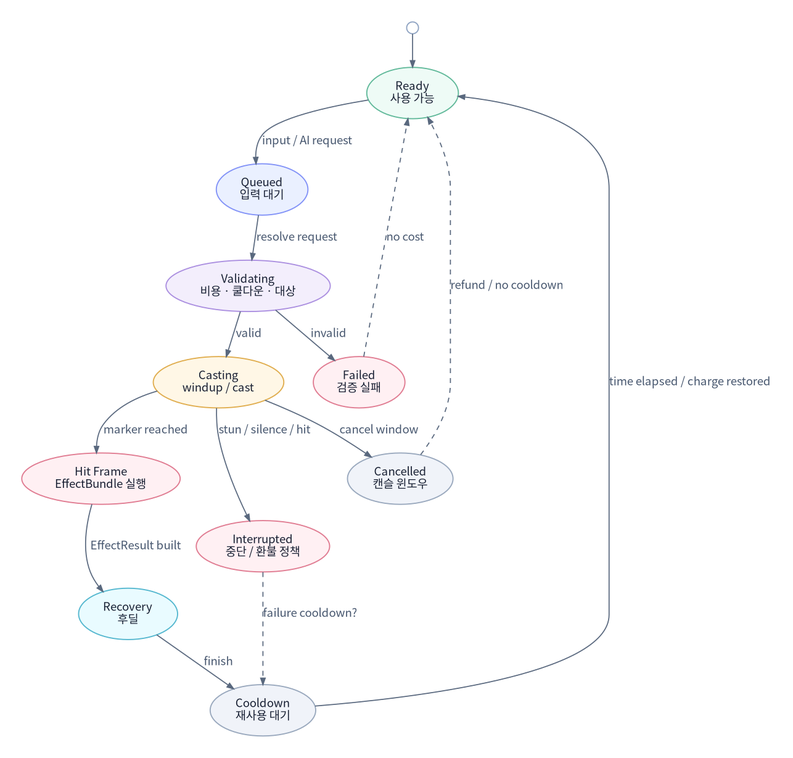
Above: assets/diagrams/18_skill_lifecycle_state_diagram.png in JY-LemongO/game-system-framework-knowledge-site (Graphviz), before the change. Its source is kept beside it as source/diagrams/18_skill_lifecycle_state_diagram.dot.
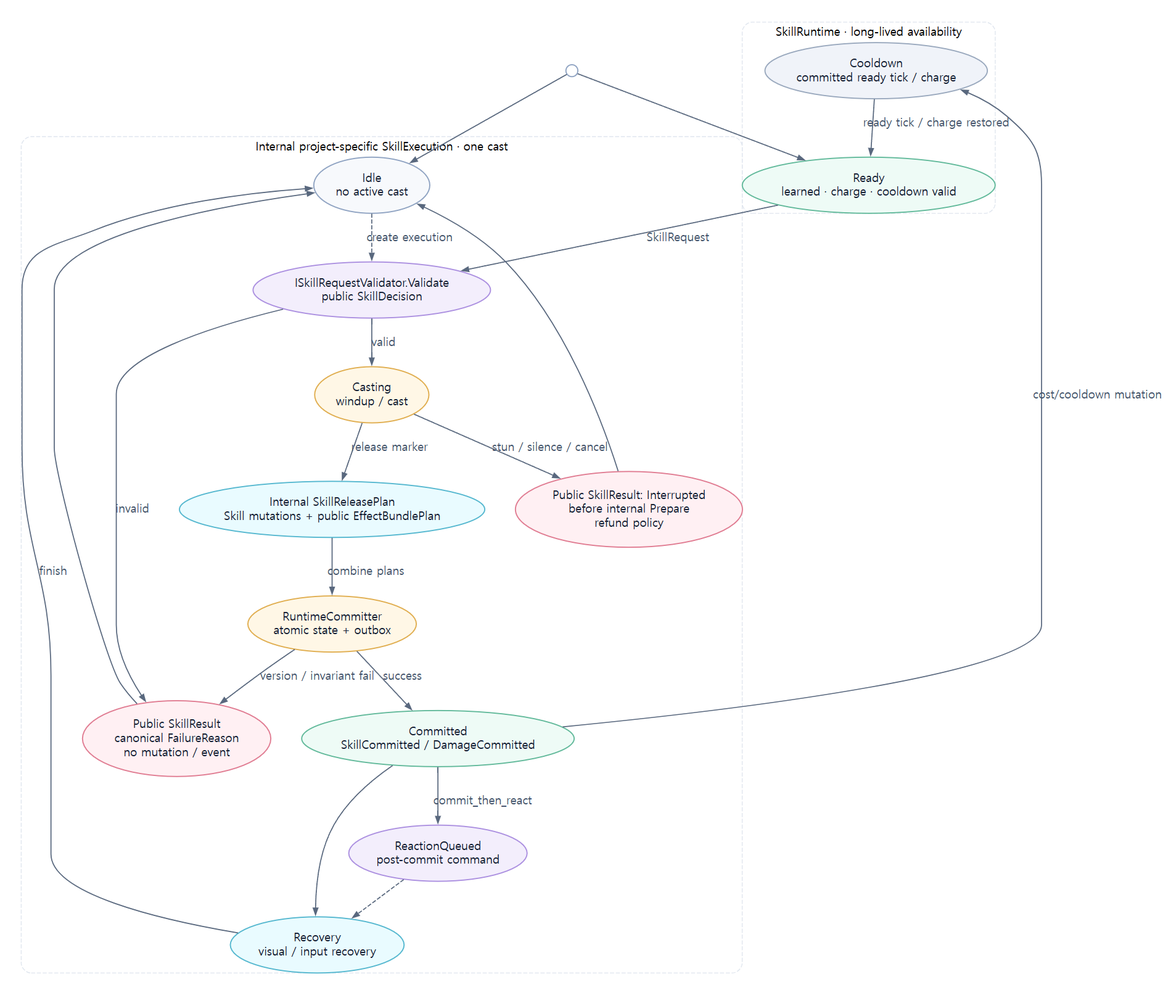
Above is the later version.

Change to the diagram source:
```diff
@@ -1,33 +1,46 @@
 digraph G {
-  graph [fontname="Noto Sans CJK KR", bgcolor="#ffffff", margin=0.12, pad=0.25, ranksep=0.55, nodesep=0.50];
+  graph [fontname="Noto Sans CJK KR", bgcolor="#ffffff", margin=0.12, pad=0.25, ranksep=0.58, nodesep=0.52];
   node [fontname="Noto Sans CJK KR", shape=ellipse, style="filled", color="#8fa3c2", penwidth=1.4, fillcolor="#ffffff", fontcolor="#182033", margin="0.16,0.10"];
   edge [fontname="Noto Sans CJK KR", color="#59687e", fontcolor="#46566e", arrowsize=0.8, penwidth=1.3];
   rankdir=TB;
 
   Start [shape=point, width=0.20, label=""];
-  Ready [fillcolor="#eefbf6", color="#61b99a", label="Ready\n사용 가능"];
-  Queued [fillcolor="#eaf0ff", color="#8292f7", label="Queued\n입력 대기"];
-  Validating [fillcolor="#f3eefc", color="#ab8fe0", label="Validating\n비용 · 쿨다운 · 대상"];
-  Casting [fillcolor="#fff7e6", color="#e0ad4e", label="Casting\nwindup / cast"];
-  HitFrame [fillcolor="#fff0f3", color="#e07b91", label="Hit Frame\nEffectBundle 실행"];
-  Recovery [fillcolor="#e9fbff", color="#54b7cf", label="Recovery\n후딜"];
-  Cooldown [fillcolor="#f0f3f9", color="#99a8bd", label="Cooldown\n재사용 대기"];
-  Failed [fillcolor="#fff0f3", color="#e07b91", label="Failed\n검증 실패"];
-  Interrupted [fillcolor="#fff0f3", color="#e07b91", label="Interrupted\n중단 / 환불 정책"];
-  Cancelled [fillcolor="#f0f3f9", color="#99a8bd", label="Cancelled\n캔슬 윈도우"];
+  subgraph cluster_availability {
+    label="SkillRuntime · long-lived availability"; color="#dfe5ee"; style="rounded,dashed";
+    Ready [fillcolor="#eefbf6", color="#61b99a", label="Ready\nlearned · charge · cooldown valid"];
+    Cooldown [fillcolor="#f0f3f9", color="#99a8bd", label="Cooldown\ncommitted ready tick / charge"];
+  }
+  subgraph cluster_execution {
+    label="Internal project-specific SkillExecution · one cast"; color="#dfe5ee"; style="rounded,dashed";
+    Idle [fillcolor="#f7f9fc", label="Idle\nno active cast"];
+    Validating [fillcolor="#f3eefc", color="#ab8fe0", label="ISkillRequestValidator.Validate\npublic SkillDecision"];
+    Casting [fillcolor="#fff7e6", color="#e0ad4e", label="Casting\nwindup / cast"];
+    Preparing [fillcolor="#e9fbff", color="#54b7cf", label="Internal SkillReleasePlan\nSkill mutations + public EffectBundlePlan"];
+    Committing [fillcolor="#fff7e6", color="#e0ad4e", label="RuntimeCommitter\natomic state + outbox"];
+    Committed [fillcolor="#eefbf6", color="#61b99a", label="Committed\nSkillCommitted / DamageCommitted"];
+    ReactionQueued [fillcolor="#f3eefc", color="#ab8fe0", label="ReactionQueued\npost-commit command"];
+    Recovery [fillcolor="#e9fbff", color="#54b7cf", label="Recovery\nvisual / input recovery"];
+    Rejected [fillcolor="#fff0f3", color="#e07b91", label="Public SkillResult\ncanonical FailureReason\nno mutation / event"];
+    Interrupted [fillcolor="#fff0f3", color="#e07b91", label="Public SkillResult: Interrupted\nbefore internal Prepare\nrefund policy"];
+  }
 
   Start -> Ready;
-  Ready -> Queued [label="input / AI request"];
-  Queued -> Validating [label="resolve request"];
+  Start -> Idle;
+  Ready -> Validating [label="SkillRequest"];
+  Idle -> Validating [style=dashed, label="create execution"];
   Validating -> Casting [label="valid"];
-  Validating -> Failed [label="invalid"];
-  Failed -> Ready [label="no cost", style=dashed];
-  Casting -> HitFrame [label="marker reached"];
-  Casting -> Interrupted [label="stun / silence / hit"];
-  Casting -> Cancelled [label="cancel window"];
-  Interrupted -> Cooldown [label="failure cooldown?", style=dashed];
-  Cancelled -> Ready [label="refund / no cooldown", style=dashed];
-  HitFrame -> Recovery [label="EffectResult built"];
-  Recovery -> Cooldown [label="finish"];
-  Cooldown -> Ready [label="time elapsed / charge restored"];
+  Validating -> Rejected [label="invalid"];
+  Casting -> Preparing [label="release marker"];
+  Casting -> Interrupted [label="stun / silence / cancel"];
+  Preparing -> Committing [label="combine plans"];
+  Committing -> Committed [label="success"];
+  Committing -> Rejected [label="version / invariant fail"];
+  Committed -> Cooldown [label="cost/cooldown mutation"];
+  Committed -> ReactionQueued [label="commit_then_react"];
+  Committed -> Recovery;
+  ReactionQueued -> Recovery [style=dashed];
+  Recovery -> Idle [label="finish"];
+  Rejected -> Idle;
+  Interrupted -> Idle;
+  Cooldown -> Ready [label="ready tick / charge restored"];
 }
```
